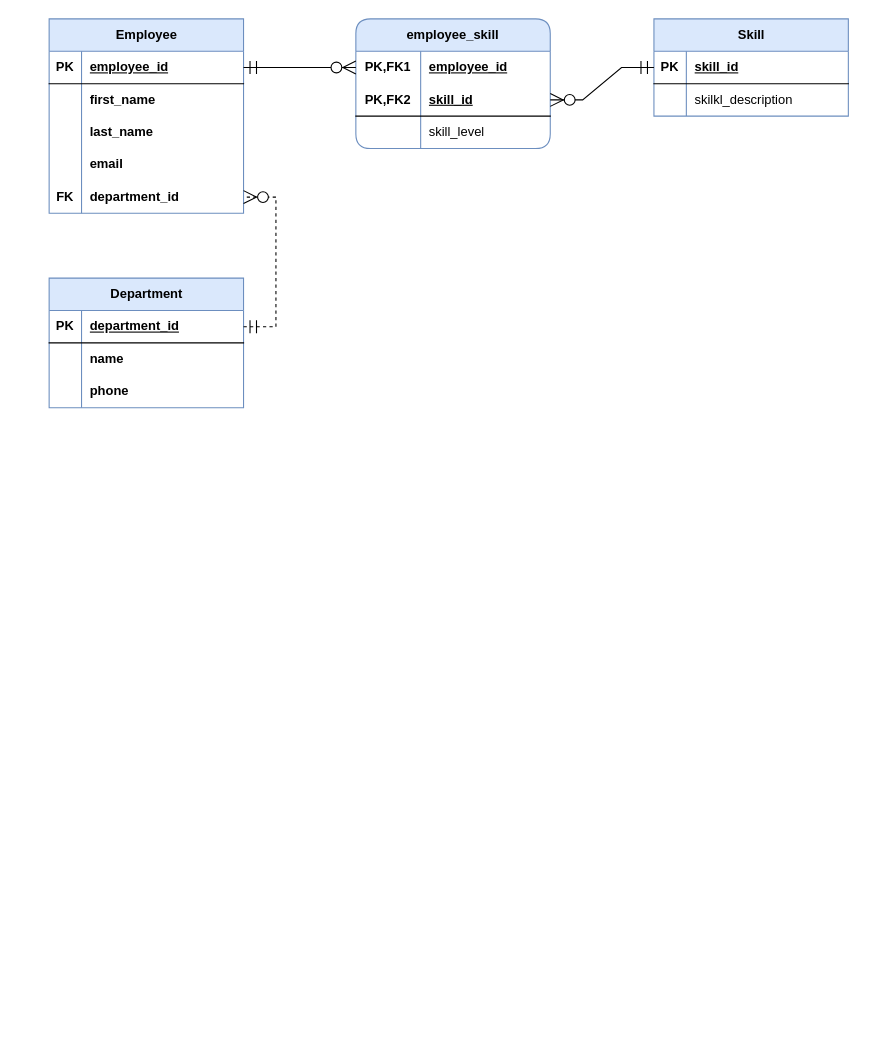
Before: test.drawio in Saveliy113/diagrams, a draw.io diagram. Source tidied: cells renumbered, new cells numbered last; positions are measured from the earlier drawing's top-left corner, leaving out a move shared by most shapes. Both pictures are drawn from the tidied source at 108%, with x=0, y=0 at pixel (49, 18).
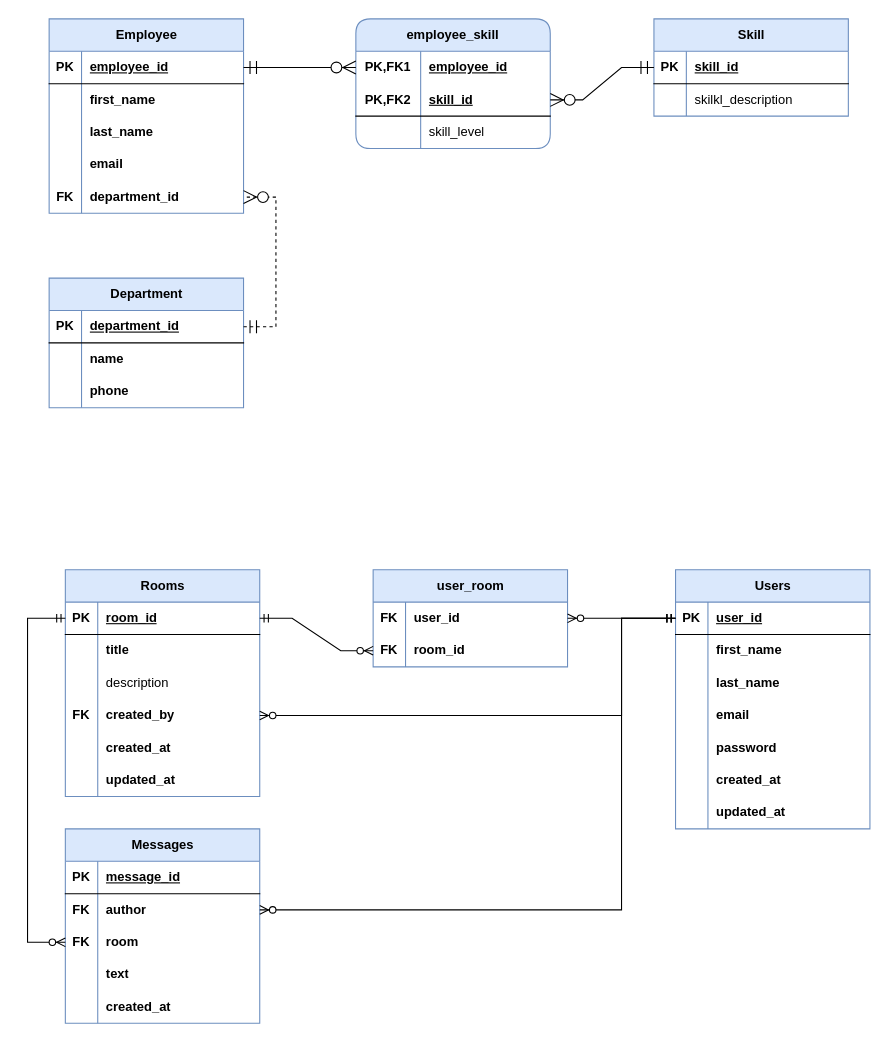
After the change.

Commit message:
Added chat-backend db diagram

Change to the diagram source:
```diff
@@
+    <mxCell id="48" value="Rooms" style="shape=table;startSize=30;childLayout=tableLayout;rowLines=0;fontStyle=1;align=center;html=1;fillColor=#dae8fc;strokeColor=#6c8ebf;" parent="1" vertex="1">
+      <mxGeometry x="15" y="510" width="180" height="210" as="geometry" />
+    </mxCell>
+    <mxCell id="49" style="shape=tableRow;horizontal=0;startSize=0;swimlaneHead=0;swimlaneBody=0;fillColor=none;points=[[0,0.5],[1,0.5]];portConstraint=eastwest;top=0;left=0;right=0;bottom=1;" parent="48" vertex="1">
+      <mxGeometry y="30" width="180" height="30" as="geometry" />
+    </mxCell>
+    <mxCell id="50" value="PK" style="shape=partialRectangle;fillColor=none;top=0;left=0;bottom=0;right=0;fontStyle=1;overflow=hidden;whiteSpace=wrap;html=1;" parent="49" vertex="1">
+      <mxGeometry width="30" height="30" as="geometry" />
+    </mxCell>
+    <mxCell id="51" value="room_id" style="shape=partialRectangle;fillColor=none;top=0;left=0;bottom=0;right=0;align=left;spacingLeft=6;fontStyle=5;overflow=hidden;whiteSpace=wrap;html=1;" parent="49" vertex="1">
+      <mxGeometry x="30" width="150" height="30" as="geometry" />
+    </mxCell>
+    <mxCell id="52" style="shape=tableRow;horizontal=0;startSize=0;swimlaneHead=0;swimlaneBody=0;fillColor=none;top=0;left=0;right=0;bottom=0;" parent="48" vertex="1">
+      <mxGeometry y="60" width="180" height="30" as="geometry" />
+    </mxCell>
+    <mxCell id="53" style="shape=partialRectangle;fillColor=none;top=0;left=0;bottom=0;right=0;overflow=hidden;whiteSpace=wrap;html=1;" parent="52" vertex="1">
+      <mxGeometry width="30" height="30" as="geometry" />
+    </mxCell>
+    <mxCell id="54" value="&lt;b&gt;title&lt;/b&gt;" style="shape=partialRectangle;fillColor=none;top=0;left=0;bottom=0;right=0;align=left;spacingLeft=6;overflow=hidden;whiteSpace=wrap;html=1;" parent="52" vertex="1">
+      <mxGeometry x="30" width="150" height="30" as="geometry" />
+    </mxCell>
+    <mxCell id="55" style="shape=tableRow;horizontal=0;startSize=0;swimlaneHead=0;swimlaneBody=0;fillColor=none;top=0;left=0;right=0;bottom=0;" parent="48" vertex="1">
+      <mxGeometry y="90" width="180" height="30" as="geometry" />
+    </mxCell>
+    <mxCell id="56" style="shape=partialRectangle;fillColor=none;top=0;left=0;bottom=0;right=0;overflow=hidden;whiteSpace=wrap;html=1;" parent="55" vertex="1">
+      <mxGeometry width="30" height="30" as="geometry" />
+    </mxCell>
+    <mxCell id="57" value="description" style="shape=partialRectangle;fillColor=none;top=0;left=0;bottom=0;right=0;align=left;spacingLeft=6;overflow=hidden;whiteSpace=wrap;html=1;" parent="55" vertex="1">
+      <mxGeometry x="30" width="150" height="30" as="geometry" />
+    </mxCell>
+    <mxCell id="58" style="shape=tableRow;horizontal=0;startSize=0;swimlaneHead=0;swimlaneBody=0;fillColor=none;points=[[0,0.5],[1,0.5]];portConstraint=eastwest;top=0;left=0;right=0;bottom=0;" parent="48" vertex="1">
+      <mxGeometry y="120" width="180" height="30" as="geometry" />
+    </mxCell>
+    <mxCell id="59" value="&lt;b&gt;FK&lt;/b&gt;" style="shape=partialRectangle;fillColor=none;top=0;left=0;bottom=0;right=0;overflow=hidden;whiteSpace=wrap;html=1;" parent="58" vertex="1">
+      <mxGeometry width="30" height="30" as="geometry" />
+    </mxCell>
+    <mxCell id="60" value="&lt;b&gt;created_by&lt;/b&gt;" style="shape=partialRectangle;fillColor=none;top=0;left=0;bottom=0;right=0;align=left;spacingLeft=6;overflow=hidden;whiteSpace=wrap;html=1;" parent="58" vertex="1">
+      <mxGeometry x="30" width="150" height="30" as="geometry" />
+    </mxCell>
+    <mxCell id="61" style="shape=tableRow;horizontal=0;startSize=0;swimlaneHead=0;swimlaneBody=0;fillColor=none;top=0;left=0;right=0;bottom=0;" parent="48" vertex="1">
+      <mxGeometry y="150" width="180" height="30" as="geometry" />
+    </mxCell>
+    <mxCell id="62" style="shape=partialRectangle;fillColor=none;top=0;left=0;bottom=0;right=0;overflow=hidden;whiteSpace=wrap;html=1;" parent="61" vertex="1">
+      <mxGeometry width="30" height="30" as="geometry" />
+    </mxCell>
+    <mxCell id="63" value="&lt;b&gt;created_at&lt;/b&gt;" style="shape=partialRectangle;fillColor=none;top=0;left=0;bottom=0;right=0;align=left;spacingLeft=6;overflow=hidden;whiteSpace=wrap;html=1;" parent="61" vertex="1">
+      <mxGeometry x="30" width="150" height="30" as="geometry" />
+    </mxCell>
+    <mxCell id="64" style="shape=tableRow;horizontal=0;startSize=0;swimlaneHead=0;swimlaneBody=0;fillColor=none;top=0;left=0;right=0;bottom=0;" parent="48" vertex="1">
+      <mxGeometry y="180" width="180" height="30" as="geometry" />
+    </mxCell>
+    <mxCell id="65" style="shape=partialRectangle;fillColor=none;top=0;left=0;bottom=0;right=0;overflow=hidden;whiteSpace=wrap;html=1;" parent="64" vertex="1">
+      <mxGeometry width="30" height="30" as="geometry" />
+    </mxCell>
+    <mxCell id="66" value="&lt;b&gt;updated_at&lt;/b&gt;" style="shape=partialRectangle;fillColor=none;top=0;left=0;bottom=0;right=0;align=left;spacingLeft=6;overflow=hidden;whiteSpace=wrap;html=1;" parent="64" vertex="1">
+      <mxGeometry x="30" width="150" height="30" as="geometry" />
+    </mxCell>
+    <mxCell id="67" value="Messages" style="shape=table;startSize=30;childLayout=tableLayout;rowLines=0;fontStyle=1;align=center;html=1;fillColor=#dae8fc;strokeColor=#6c8ebf;" parent="1" vertex="1">
+      <mxGeometry x="15" y="750" width="180" height="180" as="geometry" />
+    </mxCell>
+    <mxCell id="68" style="shape=tableRow;horizontal=0;startSize=0;swimlaneHead=0;swimlaneBody=0;fillColor=none;top=0;left=0;right=0;bottom=1;" parent="67" vertex="1">
+      <mxGeometry y="30" width="180" height="30" as="geometry" />
+    </mxCell>
+    <mxCell id="69" value="PK" style="shape=partialRectangle;fillColor=none;top=0;left=0;bottom=0;right=0;fontStyle=1;overflow=hidden;whiteSpace=wrap;html=1;" parent="68" vertex="1">
+      <mxGeometry width="30" height="30" as="geometry" />
+    </mxCell>
+    <mxCell id="70" value="message_id" style="shape=partialRectangle;fillColor=none;top=0;left=0;bottom=0;right=0;align=left;spacingLeft=6;fontStyle=5;overflow=hidden;whiteSpace=wrap;html=1;" parent="68" vertex="1">
+      <mxGeometry x="30" width="150" height="30" as="geometry" />
+    </mxCell>
+    <mxCell id="71" style="shape=tableRow;horizontal=0;startSize=0;swimlaneHead=0;swimlaneBody=0;fillColor=none;points=[[0,0.5],[1,0.5]];portConstraint=eastwest;top=0;left=0;right=0;bottom=0;" parent="67" vertex="1">
+      <mxGeometry y="60" width="180" height="30" as="geometry" />
+    </mxCell>
+    <mxCell id="72" value="&lt;b&gt;FK&lt;/b&gt;" style="shape=partialRectangle;fillColor=none;top=0;left=0;bottom=0;right=0;overflow=hidden;whiteSpace=wrap;html=1;" parent="71" vertex="1">
+      <mxGeometry width="30" height="30" as="geometry" />
+    </mxCell>
+    <mxCell id="73" value="&lt;b&gt;author&lt;/b&gt;" style="shape=partialRectangle;fillColor=none;top=0;left=0;bottom=0;right=0;align=left;spacingLeft=6;overflow=hidden;whiteSpace=wrap;html=1;" parent="71" vertex="1">
+      <mxGeometry x="30" width="150" height="30" as="geometry" />
+    </mxCell>
+    <mxCell id="74" style="shape=tableRow;horizontal=0;startSize=0;swimlaneHead=0;swimlaneBody=0;fillColor=none;points=[[0,0.5],[1,0.5]];portConstraint=eastwest;top=0;left=0;right=0;bottom=0;" parent="67" vertex="1">
+      <mxGeometry y="90" width="180" height="30" as="geometry" />
+    </mxCell>
+    <mxCell id="75" value="&lt;b&gt;FK&lt;/b&gt;" style="shape=partialRectangle;fillColor=none;top=0;left=0;bottom=0;right=0;overflow=hidden;whiteSpace=wrap;html=1;" parent="74" vertex="1">
+      <mxGeometry width="30" height="30" as="geometry" />
+    </mxCell>
+    <mxCell id="76" value="&lt;b&gt;room&lt;/b&gt;" style="shape=partialRectangle;fillColor=none;top=0;left=0;bottom=0;right=0;align=left;spacingLeft=6;overflow=hidden;whiteSpace=wrap;html=1;" parent="74" vertex="1">
+      <mxGeometry x="30" width="150" height="30" as="geometry" />
+    </mxCell>
+    <mxCell id="77" style="shape=tableRow;horizontal=0;startSize=0;swimlaneHead=0;swimlaneBody=0;fillColor=none;top=0;left=0;right=0;bottom=0;" parent="67" vertex="1">
+      <mxGeometry y="120" width="180" height="30" as="geometry" />
+    </mxCell>
+    <mxCell id="78" style="shape=partialRectangle;fillColor=none;top=0;left=0;bottom=0;right=0;overflow=hidden;whiteSpace=wrap;html=1;" parent="77" vertex="1">
+      <mxGeometry width="30" height="30" as="geometry" />
+    </mxCell>
+    <mxCell id="79" value="&lt;b&gt;text&lt;/b&gt;" style="shape=partialRectangle;fillColor=none;top=0;left=0;bottom=0;right=0;align=left;spacingLeft=6;overflow=hidden;whiteSpace=wrap;html=1;" parent="77" vertex="1">
+      <mxGeometry x="30" width="150" height="30" as="geometry" />
+    </mxCell>
+    <mxCell id="80" style="shape=tableRow;horizontal=0;startSize=0;swimlaneHead=0;swimlaneBody=0;fillColor=none;top=0;left=0;right=0;bottom=0;" parent="67" vertex="1">
+      <mxGeometry y="150" width="180" height="30" as="geometry" />
+    </mxCell>
+    <mxCell id="81" style="shape=partialRectangle;fillColor=none;top=0;left=0;bottom=0;right=0;overflow=hidden;whiteSpace=wrap;html=1;" parent="80" vertex="1">
+      <mxGeometry width="30" height="30" as="geometry" />
+    </mxCell>
+    <mxCell id="82" value="&lt;b&gt;created_at&lt;/b&gt;" style="shape=partialRectangle;fillColor=none;top=0;left=0;bottom=0;right=0;align=left;spacingLeft=6;overflow=hidden;whiteSpace=wrap;html=1;" parent="80" vertex="1">
+      <mxGeometry x="30" width="150" height="30" as="geometry" />
+    </mxCell>
+    <mxCell id="83" value="Users&lt;br&gt;" style="shape=table;startSize=30;childLayout=tableLayout;rowLines=0;fontStyle=1;align=center;html=1;fillColor=#dae8fc;strokeColor=#6c8ebf;" parent="1" vertex="1">
+      <mxGeometry x="580" y="510" width="180" height="240" as="geometry" />
+    </mxCell>
+    <mxCell id="84" style="shape=tableRow;horizontal=0;startSize=0;swimlaneHead=0;swimlaneBody=0;fillColor=none;points=[[0,0.5],[1,0.5]];portConstraint=eastwest;top=0;left=0;right=0;bottom=1;" parent="83" vertex="1">
+      <mxGeometry y="30" width="180" height="30" as="geometry" />
+    </mxCell>
+    <mxCell id="85" value="PK" style="shape=partialRectangle;fillColor=none;top=0;left=0;bottom=0;right=0;fontStyle=1;overflow=hidden;whiteSpace=wrap;html=1;" parent="84" vertex="1">
+      <mxGeometry width="30" height="30" as="geometry" />
+    </mxCell>
+    <mxCell id="86" value="user_id" style="shape=partialRectangle;fillColor=none;top=0;left=0;bottom=0;right=0;align=left;spacingLeft=6;fontStyle=5;overflow=hidden;whiteSpace=wrap;html=1;" parent="84" vertex="1">
+      <mxGeometry x="30" width="150" height="30" as="geometry" />
+    </mxCell>
+    <mxCell id="87" style="shape=tableRow;horizontal=0;startSize=0;swimlaneHead=0;swimlaneBody=0;fillColor=none;top=0;left=0;right=0;bottom=0;" parent="83" vertex="1">
+      <mxGeometry y="60" width="180" height="30" as="geometry" />
+    </mxCell>
+    <mxCell id="88" style="shape=partialRectangle;fillColor=none;top=0;left=0;bottom=0;right=0;overflow=hidden;whiteSpace=wrap;html=1;" parent="87" vertex="1">
+      <mxGeometry width="30" height="30" as="geometry" />
+    </mxCell>
+    <mxCell id="89" value="&lt;b&gt;first_name&lt;/b&gt;" style="shape=partialRectangle;fillColor=none;top=0;left=0;bottom=0;right=0;align=left;spacingLeft=6;overflow=hidden;whiteSpace=wrap;html=1;" parent="87" vertex="1">
+      <mxGeometry x="30" width="150" height="30" as="geometry" />
+    </mxCell>
+    <mxCell id="90" style="shape=tableRow;horizontal=0;startSize=0;swimlaneHead=0;swimlaneBody=0;fillColor=none;top=0;left=0;right=0;bottom=0;" parent="83" vertex="1">
+      <mxGeometry y="90" width="180" height="30" as="geometry" />
+    </mxCell>
+    <mxCell id="91" style="shape=partialRectangle;fillColor=none;top=0;left=0;bottom=0;right=0;overflow=hidden;whiteSpace=wrap;html=1;" parent="90" vertex="1">
+      <mxGeometry width="30" height="30" as="geometry" />
+    </mxCell>
+    <mxCell id="92" value="&lt;b&gt;last_name&lt;/b&gt;" style="shape=partialRectangle;fillColor=none;top=0;left=0;bottom=0;right=0;align=left;spacingLeft=6;overflow=hidden;whiteSpace=wrap;html=1;" parent="90" vertex="1">
+      <mxGeometry x="30" width="150" height="30" as="geometry" />
+    </mxCell>
+    <mxCell id="93" style="shape=tableRow;horizontal=0;startSize=0;swimlaneHead=0;swimlaneBody=0;fillColor=none;top=0;left=0;right=0;bottom=0;" parent="83" vertex="1">
+      <mxGeometry y="120" width="180" height="30" as="geometry" />
+    </mxCell>
+    <mxCell id="94" style="shape=partialRectangle;fillColor=none;top=0;left=0;bottom=0;right=0;overflow=hidden;whiteSpace=wrap;html=1;" parent="93" vertex="1">
+      <mxGeometry width="30" height="30" as="geometry" />
+    </mxCell>
+    <mxCell id="95" value="&lt;b&gt;email&lt;/b&gt;" style="shape=partialRectangle;fillColor=none;top=0;left=0;bottom=0;right=0;align=left;spacingLeft=6;overflow=hidden;whiteSpace=wrap;html=1;" parent="93" vertex="1">
+      <mxGeometry x="30" width="150" height="30" as="geometry" />
+    </mxCell>
+    <mxCell id="96" style="shape=tableRow;horizontal=0;startSize=0;swimlaneHead=0;swimlaneBody=0;fillColor=none;top=0;left=0;right=0;bottom=0;" parent="83" vertex="1">
+      <mxGeometry y="150" width="180" height="30" as="geometry" />
+    </mxCell>
+    <mxCell id="97" style="shape=partialRectangle;fillColor=none;top=0;left=0;bottom=0;right=0;overflow=hidden;whiteSpace=wrap;html=1;" parent="96" vertex="1">
+      <mxGeometry width="30" height="30" as="geometry" />
+    </mxCell>
+    <mxCell id="98" value="&lt;b&gt;password&lt;/b&gt;" style="shape=partialRectangle;fillColor=none;top=0;left=0;bottom=0;right=0;align=left;spacingLeft=6;overflow=hidden;whiteSpace=wrap;html=1;" parent="96" vertex="1">
+      <mxGeometry x="30" width="150" height="30" as="geometry" />
+    </mxCell>
+    <mxCell id="99" style="shape=tableRow;horizontal=0;startSize=0;swimlaneHead=0;swimlaneBody=0;fillColor=none;top=0;left=0;right=0;bottom=0;" parent="83" vertex="1">
+      <mxGeometry y="180" width="180" height="30" as="geometry" />
+    </mxCell>
+    <mxCell id="100" style="shape=partialRectangle;fillColor=none;top=0;left=0;bottom=0;right=0;overflow=hidden;whiteSpace=wrap;html=1;" parent="99" vertex="1">
+      <mxGeometry width="30" height="30" as="geometry" />
+    </mxCell>
+    <mxCell id="101" value="&lt;b&gt;created_at&lt;/b&gt;" style="shape=partialRectangle;fillColor=none;top=0;left=0;bottom=0;right=0;align=left;spacingLeft=6;overflow=hidden;whiteSpace=wrap;html=1;" parent="99" vertex="1">
+      <mxGeometry x="30" width="150" height="30" as="geometry" />
+    </mxCell>
+    <mxCell id="102" style="shape=tableRow;horizontal=0;startSize=0;swimlaneHead=0;swimlaneBody=0;fillColor=none;top=0;left=0;right=0;bottom=0;" parent="83" vertex="1">
+      <mxGeometry y="210" width="180" height="30" as="geometry" />
+    </mxCell>
+    <mxCell id="103" style="shape=partialRectangle;fillColor=none;top=0;left=0;bottom=0;right=0;overflow=hidden;whiteSpace=wrap;html=1;" parent="102" vertex="1">
+      <mxGeometry width="30" height="30" as="geometry" />
+    </mxCell>
+    <mxCell id="104" value="&lt;b&gt;updated_at&lt;/b&gt;" style="shape=partialRectangle;fillColor=none;top=0;left=0;bottom=0;right=0;align=left;spacingLeft=6;overflow=hidden;whiteSpace=wrap;html=1;" parent="102" vertex="1">
+      <mxGeometry x="30" width="150" height="30" as="geometry" />
+    </mxCell>
+    <mxCell id="105" value="user_room" style="shape=table;startSize=30;childLayout=tableLayout;rowLines=0;fontStyle=1;align=center;html=1;fillColor=#dae8fc;strokeColor=#6c8ebf;" parent="1" vertex="1">
+      <mxGeometry x="300" y="510" width="180" height="90" as="geometry" />
+    </mxCell>
+    <mxCell id="106" style="shape=tableRow;horizontal=0;startSize=0;swimlaneHead=0;swimlaneBody=0;fillColor=none;points=[[0,0.5],[1,0.5]];portConstraint=eastwest;top=0;left=0;right=0;bottom=0;" parent="105" vertex="1">
+      <mxGeometry y="30" width="180" height="30" as="geometry" />
+    </mxCell>
+    <mxCell id="107" value="&lt;b&gt;FK&lt;/b&gt;" style="shape=partialRectangle;fillColor=none;top=0;left=0;bottom=0;right=0;overflow=hidden;whiteSpace=wrap;html=1;" parent="106" vertex="1">
+      <mxGeometry width="30" height="30" as="geometry" />
+    </mxCell>
+    <mxCell id="108" value="&lt;b&gt;user_id&lt;/b&gt;" style="shape=partialRectangle;fillColor=none;top=0;left=0;bottom=0;right=0;align=left;spacingLeft=6;overflow=hidden;whiteSpace=wrap;html=1;" parent="106" vertex="1">
+      <mxGeometry x="30" width="150" height="30" as="geometry" />
+    </mxCell>
+    <mxCell id="109" style="shape=tableRow;horizontal=0;startSize=0;swimlaneHead=0;swimlaneBody=0;fillColor=none;points=[[0,0.5],[1,0.5]];portConstraint=eastwest;top=0;left=0;right=0;bottom=0;" parent="105" vertex="1">
+      <mxGeometry y="60" width="180" height="30" as="geometry" />
+    </mxCell>
+    <mxCell id="110" value="&lt;b&gt;FK&lt;/b&gt;" style="shape=partialRectangle;fillColor=none;top=0;left=0;bottom=0;right=0;overflow=hidden;whiteSpace=wrap;html=1;" parent="109" vertex="1">
+      <mxGeometry width="30" height="30" as="geometry" />
+    </mxCell>
+    <mxCell id="111" value="&lt;b&gt;room_id&lt;/b&gt;" style="shape=partialRectangle;fillColor=none;top=0;left=0;bottom=0;right=0;align=left;spacingLeft=6;overflow=hidden;whiteSpace=wrap;html=1;" parent="109" vertex="1">
+      <mxGeometry x="30" width="150" height="30" as="geometry" />
+    </mxCell>
+    <mxCell id="112" style="edgeStyle=entityRelationEdgeStyle;fontSize=12;html=1;endArrow=ERzeroToMany;startArrow=ERmandOne;rounded=0;" parent="1" edge="1" source="84" target="106">
+      <mxGeometry relative="1" as="geometry" />
+    </mxCell>
+    <mxCell id="113" style="edgeStyle=entityRelationEdgeStyle;fontSize=12;html=1;endArrow=ERzeroToMany;startArrow=ERmandOne;rounded=0;" parent="1" edge="1" source="49" target="109">
+      <mxGeometry relative="1" as="geometry" />
+    </mxCell>
+    <mxCell id="114" style="edgeStyle=orthogonalEdgeStyle;fontSize=12;html=1;endArrow=ERzeroToMany;startArrow=ERmandOne;rounded=0;" parent="1" edge="1" source="84" target="58">
+      <mxGeometry relative="1" as="geometry">
+        <Array as="points">
+          <mxPoint x="530" y="555" />
+          <mxPoint x="530" y="645" />
+        </Array>
+      </mxGeometry>
+    </mxCell>
+    <mxCell id="115" style="edgeStyle=orthogonalEdgeStyle;fontSize=12;html=1;endArrow=ERzeroToMany;startArrow=ERmandOne;rounded=0;" parent="1" edge="1" source="84" target="71">
+      <mxGeometry relative="1" as="geometry">
+        <Array as="points">
+          <mxPoint x="530" y="555" />
+          <mxPoint x="530" y="825" />
+        </Array>
+      </mxGeometry>
+    </mxCell>
+    <mxCell id="116" style="edgeStyle=orthogonalEdgeStyle;fontSize=12;html=1;endArrow=ERzeroToMany;startArrow=ERmandOne;rounded=0;" parent="1" edge="1" source="49" target="74">
+      <mxGeometry relative="1" as="geometry">
+        <Array as="points">
+          <mxPoint x="-20" y="555" />
+          <mxPoint x="-20" y="855" />
+        </Array>
+      </mxGeometry>
+    </mxCell>
```
